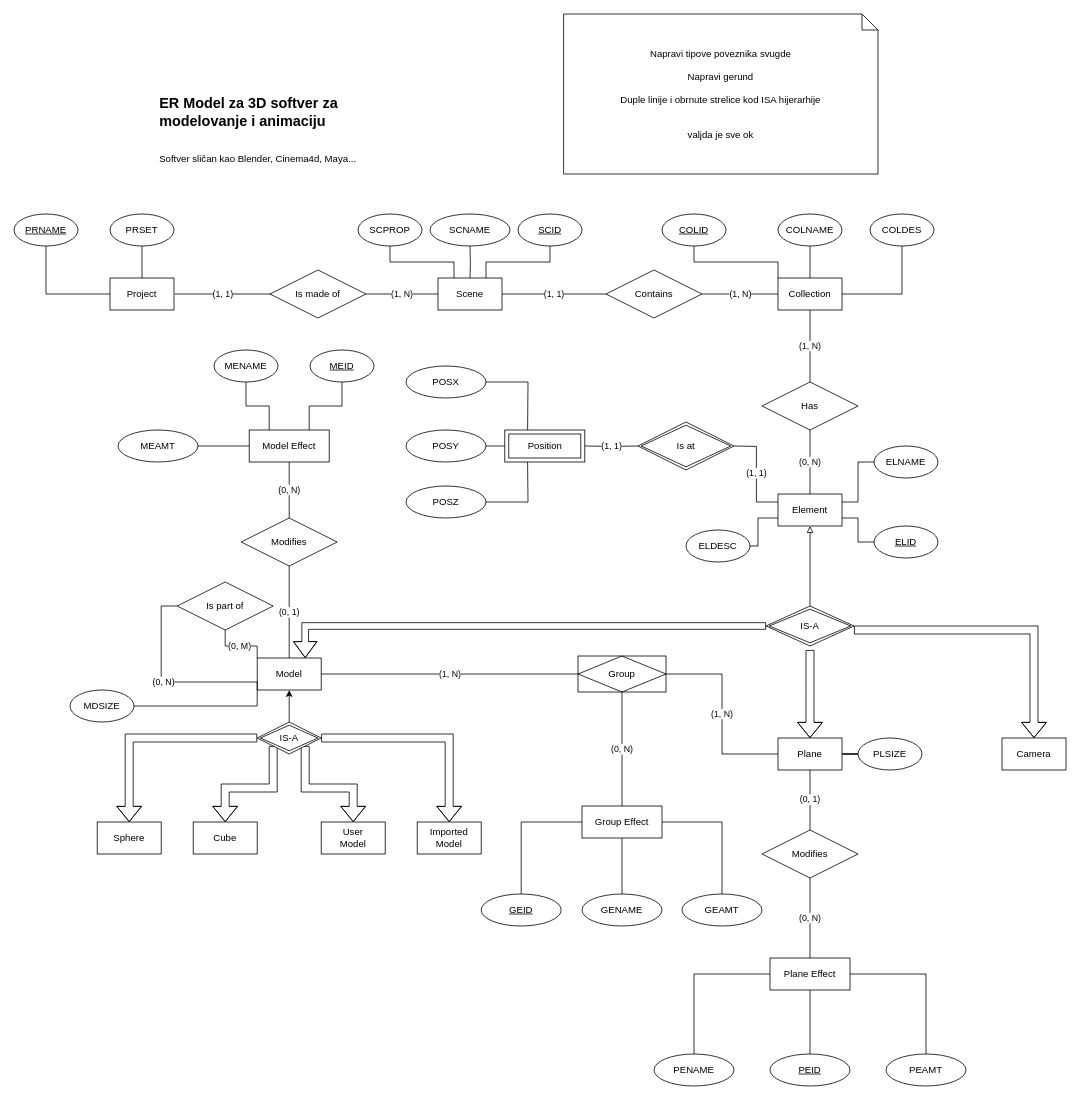
Above: 3d_Softw_ER_Model.drawio in Ikkjo/3d-modeling-db (draw.io), before the change. Source tidied: cells renumbered, new cells numbered last; positions are measured from the earlier drawing's top-left corner, leaving out a move shared by most shapes. Both pictures are drawn from the tidied source at 80%, with x=0, y=0 at pixel (14, 14).
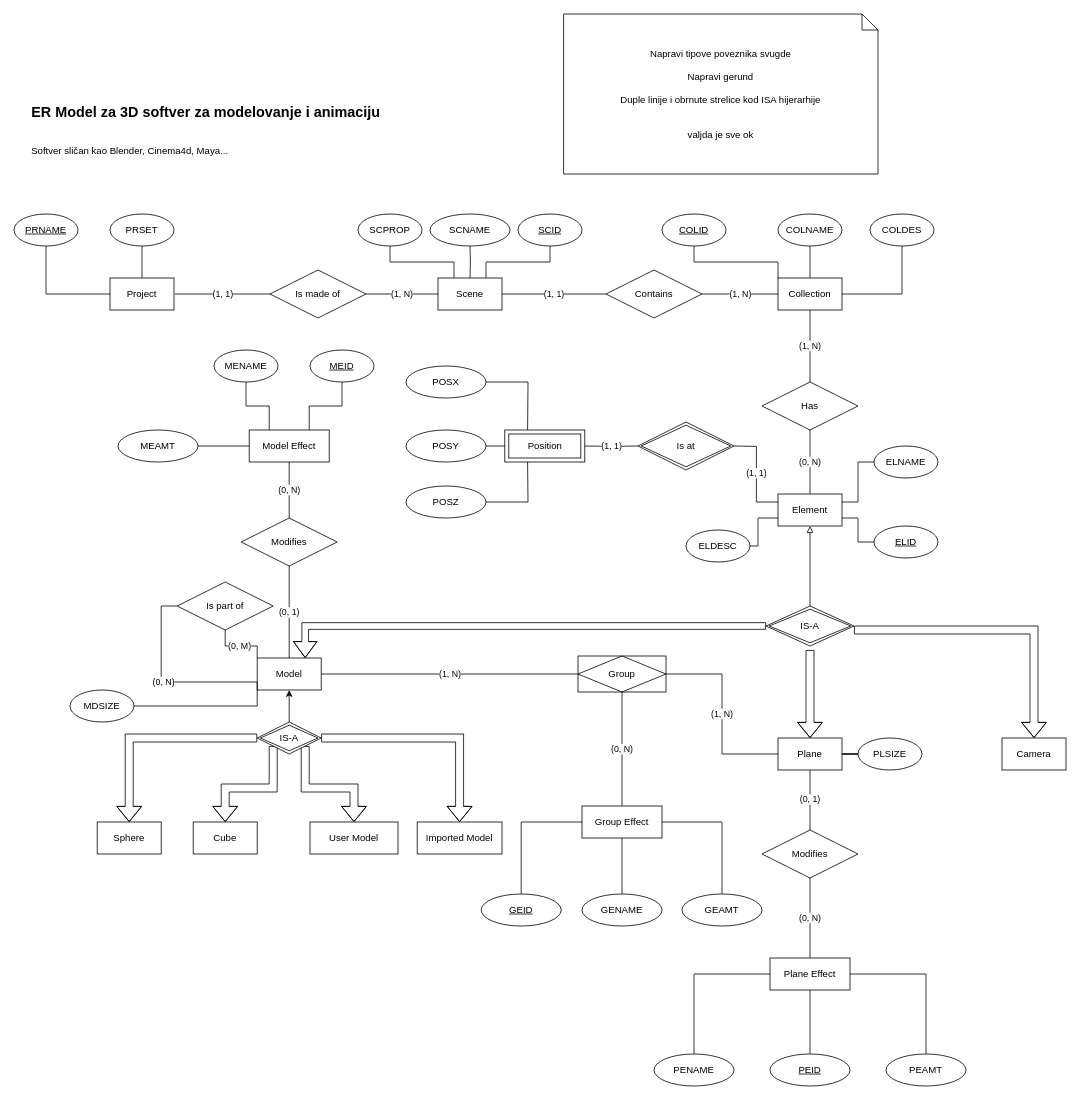
The same diagram, later.

What changed in the source:
```diff
@@
-    <mxCell id="24" value="&lt;div&gt;User&lt;/div&gt;&lt;div&gt;Model&lt;/div&gt;" style="whiteSpace=wrap;html=1;align=center;imageWidth=30;imageHeight=30;" parent="1" vertex="1">
-      <mxGeometry x="384" y="1010" width="80" height="40" as="geometry" />
+    <mxCell id="24" value="&lt;div&gt;User Model&lt;/div&gt;" style="whiteSpace=wrap;html=1;align=center;imageWidth=30;imageHeight=30;" parent="1" vertex="1">
+      <mxGeometry x="370" y="1010" width="110" height="40" as="geometry" />
     </mxCell>
     <mxCell id="25" value="&lt;div&gt;Imported Model&lt;/div&gt;" style="whiteSpace=wrap;html=1;align=center;imageWidth=30;imageHeight=30;" parent="1" vertex="1">
-      <mxGeometry x="504" y="1010" width="80" height="40" as="geometry" />
+      <mxGeometry x="504" y="1010" width="106" height="40" as="geometry" />
     </mxCell>
@@
     <mxCell id="32" value="&lt;div align=&quot;left&quot;&gt;&lt;h2&gt;&lt;b&gt;ER Model za 3D softver za modelovanje i animaciju&lt;/b&gt;&lt;/h2&gt;&lt;div&gt;&lt;br&gt;&lt;/div&gt;&lt;div&gt;Softver sličan kao Blender, Cinema4d, Maya...&lt;br&gt;&lt;/div&gt;&lt;/div&gt;&lt;div align=&quot;left&quot;&gt;&lt;br&gt;&lt;/div&gt;" style="text;html=1;strokeColor=none;fillColor=none;align=left;verticalAlign=middle;whiteSpace=wrap;rounded=0;" parent="1" vertex="1">
-      <mxGeometry x="180" y="70" width="330" height="150" as="geometry" />
+      <mxGeometry x="20" y="70" width="610" height="150" as="geometry" />
     </mxCell>
```
